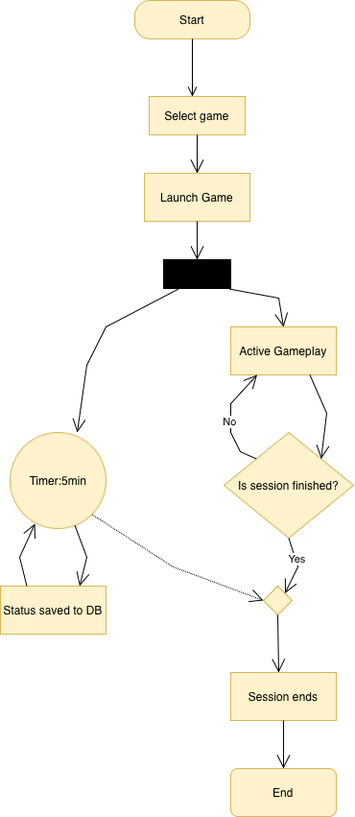
This is Activity diagram.drawio.png from volodiagamivka/software-documentation-design-patterns, a draw.io export, as it was before one commit. Source tidied: cells renumbered, new cells last; positions are measured from the earlier drawing's top-left corner, leaving out a move shared by most shapes.
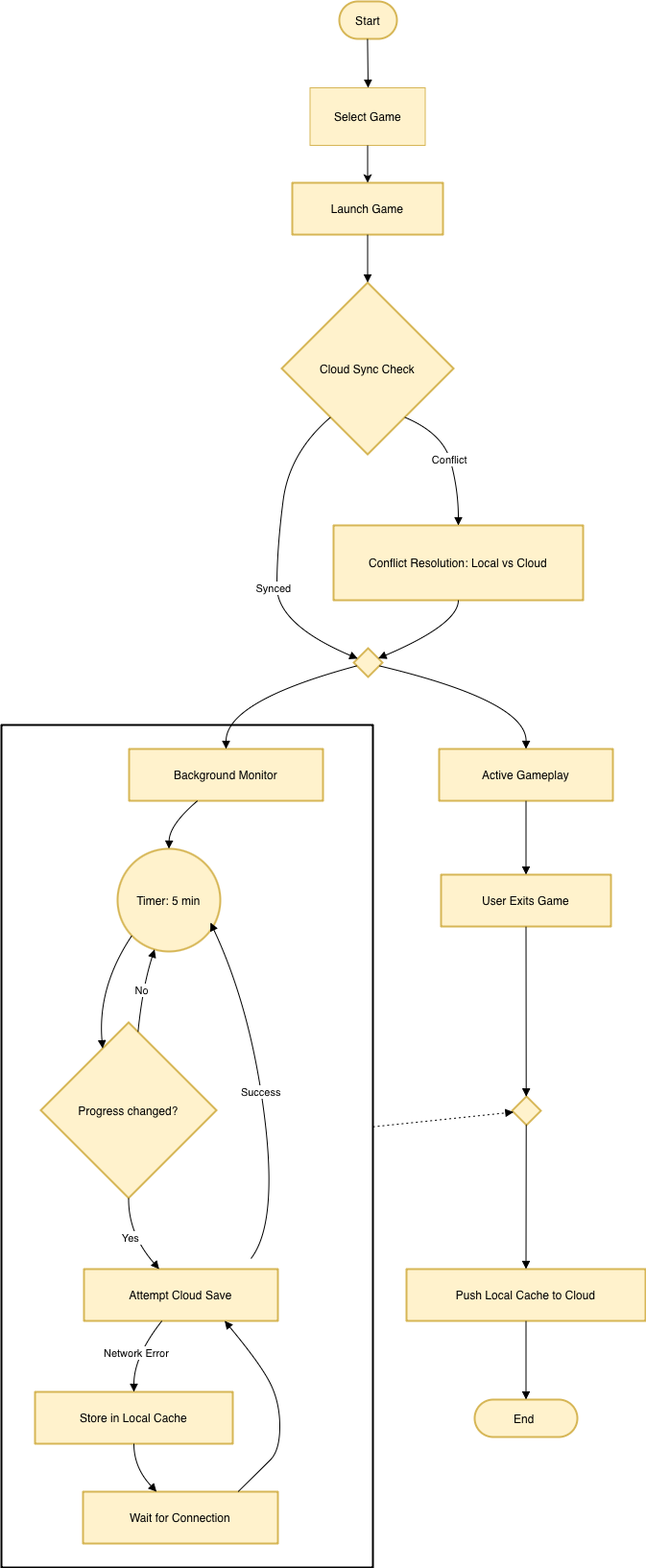
After the change.

Commit message:
changed activity diagram

What changed in the source:
```diff
@@ -2,124 +2,185 @@
   <root>
     <mxCell id="0" />
     <mxCell id="1" parent="0" />
+    <mxCell id="28" style="whiteSpace=wrap;strokeWidth=2;" parent="1" vertex="1">
+      <mxGeometry y="1524" width="387" height="878" as="geometry" />
+    </mxCell>
-    <mxCell id="2" value="Start" style="rounded=1;whiteSpace=wrap;html=1;arcSize=40;fillColor=#fff2cc;strokeColor=#d6b656;" parent="1" vertex="1">
-      <mxGeometry x="140" width="120" height="40" as="geometry" />
+    <mxCell id="2" value="Start" style="rounded=1;whiteSpace=wrap;arcSize=50;strokeWidth=2;fillColor=#fff2cc;strokeColor=#d6b656;" parent="1" vertex="1">
+      <mxGeometry x="352" y="770" width="60" height="39" as="geometry" />
     </mxCell>
-    <mxCell id="3" style="edgeStyle=orthogonalEdgeStyle;html=1;verticalAlign=bottom;endArrow=open;endSize=8;strokeColor=light-dark(#000000, #ff9090);rounded=0;fontColor=#393C56;fillColor=#F2CC8F;" parent="1" edge="1" source="2">
-      <mxGeometry relative="1" as="geometry">
-        <mxPoint x="200" y="100" as="targetPoint" />
-      </mxGeometry>
-    </mxCell>
-    <mxCell id="4" value="Launch Game" style="html=1;whiteSpace=wrap;strokeColor=#d6b656;fillColor=#fff2cc;" parent="1" vertex="1">
-      <mxGeometry x="150" y="180" width="110" height="50" as="geometry" />
+    <mxCell id="4" value="Launch Game" style="whiteSpace=wrap;strokeWidth=2;fillColor=#fff2cc;strokeColor=#d6b656;" parent="1" vertex="1">
+      <mxGeometry x="303" y="959" width="157" height="54" as="geometry" />
     </mxCell>
-    <mxCell id="5" value="Select game" style="html=1;whiteSpace=wrap;fillColor=#fff2cc;strokeColor=#d6b656;" parent="1" vertex="1">
-      <mxGeometry x="155" y="100" width="100" height="40" as="geometry" />
-    </mxCell>
-    <mxCell id="6" style="endArrow=open;endFill=1;endSize=12;html=1;rounded=0;exitX=0.5;exitY=1;exitDx=0;exitDy=0;entryX=0.5;entryY=0;entryDx=0;entryDy=0;" parent="1" edge="1" source="5" target="4">
-      <mxGeometry relative="1" as="geometry" />
-    </mxCell>
+    <mxCell id="29" value="Cloud Sync Check" style="rhombus;strokeWidth=2;whiteSpace=wrap;fillColor=#fff2cc;strokeColor=#d6b656;" parent="1" vertex="1">
+      <mxGeometry x="292" y="1063" width="179" height="179" as="geometry" />
+    </mxCell>
+    <mxCell id="30" value="Conflict Resolution: Local vs Cloud" style="whiteSpace=wrap;strokeWidth=2;fillColor=#fff2cc;strokeColor=#d6b656;" parent="1" vertex="1">
+      <mxGeometry x="346" y="1316" width="260" height="78" as="geometry" />
+    </mxCell>
+    <mxCell id="31" style="rhombus;strokeWidth=2;whiteSpace=wrap;fillColor=#fff2cc;strokeColor=#d6b656;" parent="1" vertex="1">
+      <mxGeometry x="367" y="1444" width="30" height="30" as="geometry" />
+    </mxCell>
-    <mxCell id="7" value="Active Gameplay" style="html=1;whiteSpace=wrap;fillColor=#fff2cc;strokeColor=#d6b656;" parent="1" vertex="1">
-      <mxGeometry x="240" y="340" width="110" height="50" as="geometry" />
+    <mxCell id="7" value="Active Gameplay" style="whiteSpace=wrap;strokeWidth=2;fillColor=#fff2cc;strokeColor=#d6b656;" parent="1" vertex="1">
+      <mxGeometry x="456" y="1549" width="181" height="54" as="geometry" />
     </mxCell>
-    <mxCell id="8" value="Is session finished?" style="rhombus;fillColor=#fff2cc;strokeColor=#d6b656;" parent="1" vertex="1">
-      <mxGeometry x="233" y="450" width="135" height="110" as="geometry" />
-    </mxCell>
-    <mxCell id="9" value="Session ends" style="html=1;whiteSpace=wrap;fillColor=#fff2cc;strokeColor=#d6b656;" parent="1" vertex="1">
-      <mxGeometry x="240" y="700" width="110" height="50" as="geometry" />
-    </mxCell>
-    <mxCell id="10" value="Status saved to DB" style="html=1;whiteSpace=wrap;fillColor=#fff2cc;strokeColor=#d6b656;" parent="1" vertex="1">
-      <mxGeometry y="610" width="110" height="50" as="geometry" />
-    </mxCell>
+    <mxCell id="32" value="Background Monitor" style="whiteSpace=wrap;strokeWidth=2;fillColor=#fff2cc;strokeColor=#d6b656;" parent="1" vertex="1">
+      <mxGeometry x="133" y="1549" width="202" height="54" as="geometry" />
+    </mxCell>
+    <mxCell id="33" value="Timer: 5 min" style="ellipse;strokeWidth=2;whiteSpace=wrap;fillColor=#fff2cc;strokeColor=#d6b656;" parent="1" vertex="1">
+      <mxGeometry x="121" y="1653" width="107" height="107" as="geometry" />
+    </mxCell>
+    <mxCell id="34" value="Progress changed?" style="rhombus;strokeWidth=2;whiteSpace=wrap;fillColor=#fff2cc;strokeColor=#d6b656;" parent="1" vertex="1">
+      <mxGeometry x="41" y="1834" width="183" height="183" as="geometry" />
+    </mxCell>
+    <mxCell id="35" value="Attempt Cloud Save" style="whiteSpace=wrap;strokeWidth=2;fillColor=#fff2cc;strokeColor=#d6b656;" parent="1" vertex="1">
+      <mxGeometry x="86" y="2091" width="202" height="54" as="geometry" />
+    </mxCell>
+    <mxCell id="36" value="Store in Local Cache" style="whiteSpace=wrap;strokeWidth=2;fillColor=#fff2cc;strokeColor=#d6b656;" parent="1" vertex="1">
+      <mxGeometry x="35" y="2219" width="206" height="54" as="geometry" />
+    </mxCell>
+    <mxCell id="37" value="Wait for Connection" style="whiteSpace=wrap;strokeWidth=2;fillColor=#fff2cc;strokeColor=#d6b656;" parent="1" vertex="1">
+      <mxGeometry x="85" y="2323" width="203" height="54" as="geometry" />
+    </mxCell>
+    <mxCell id="38" value="User Exits Game" style="whiteSpace=wrap;strokeWidth=2;fillColor=#fff2cc;strokeColor=#d6b656;" parent="1" vertex="1">
+      <mxGeometry x="458" y="1680" width="177" height="54" as="geometry" />
+    </mxCell>
+    <mxCell id="39" style="rhombus;strokeWidth=2;whiteSpace=wrap;fillColor=#fff2cc;strokeColor=#d6b656;" parent="1" vertex="1">
+      <mxGeometry x="532" y="1911" width="30" height="30" as="geometry" />
+    </mxCell>
+    <mxCell id="40" value="Push Local Cache to Cloud" style="whiteSpace=wrap;strokeWidth=2;fillColor=#fff2cc;strokeColor=#d6b656;" parent="1" vertex="1">
+      <mxGeometry x="422" y="2091" width="249" height="54" as="geometry" />
+    </mxCell>
-    <mxCell id="11" value="End" style="html=1;whiteSpace=wrap;fillColor=#fff2cc;strokeColor=#d6b656;rounded=1;" parent="1" vertex="1">
-      <mxGeometry x="240" y="800" width="110" height="50" as="geometry" />
+    <mxCell id="11" value="End " style="rounded=1;whiteSpace=wrap;arcSize=50;strokeWidth=2;fillColor=#fff2cc;strokeColor=#d6b656;" parent="1" vertex="1">
+      <mxGeometry x="493" y="2227" width="107" height="39" as="geometry" />
     </mxCell>
-    <mxCell id="12" style="endArrow=open;endFill=1;endSize=12;html=1;rounded=0;exitX=0.5;exitY=1;exitDx=0;exitDy=0;" parent="1" edge="1" source="4">
-      <mxGeometry relative="1" as="geometry">
-        <mxPoint x="205" y="270" as="targetPoint" />
-      </mxGeometry>
-    </mxCell>
-    <mxCell id="13" style="endArrow=open;endFill=1;endSize=12;html=1;rounded=0;exitX=0.978;exitY=1.018;exitDx=0;exitDy=0;exitPerimeter=0;entryX=0.5;entryY=0;entryDx=0;entryDy=0;" parent="1" edge="1" source="27" target="7">
-      <mxGeometry relative="1" as="geometry">
-        <Array as="points">
-          <mxPoint x="290" y="310" />
-        </Array>
-      </mxGeometry>
-    </mxCell>
-    <mxCell id="14" style="endArrow=open;endFill=1;endSize=12;html=1;rounded=0;exitX=0.75;exitY=1;exitDx=0;exitDy=0;entryX=1;entryY=0;entryDx=0;entryDy=0;" parent="1" edge="1" source="7" target="8">
-      <mxGeometry relative="1" as="geometry">
-        <Array as="points">
-          <mxPoint x="340" y="430" />
-        </Array>
-      </mxGeometry>
-    </mxCell>
-    <mxCell id="15" style="endArrow=open;endFill=1;endSize=12;html=1;rounded=0;entryX=0.25;entryY=1;entryDx=0;entryDy=0;exitX=0;exitY=0;exitDx=0;exitDy=0;" parent="1" edge="1" source="8" target="7">
-      <mxGeometry relative="1" as="geometry">
-        <Array as="points">
-          <mxPoint x="250" y="470" />
-          <mxPoint x="240" y="450" />
-          <mxPoint x="240" y="420" />
-        </Array>
-      </mxGeometry>
-    </mxCell>
+    <mxCell id="41" style="curved=1;startArrow=none;endArrow=block;exitX=0.49;exitY=1;rounded=0;" parent="1" edge="1" source="2">
+      <mxGeometry relative="1" as="geometry">
+        <mxPoint x="382" y="860" as="targetPoint" />
+      </mxGeometry>
+    </mxCell>
+    <mxCell id="42" style="curved=1;startArrow=none;endArrow=block;exitX=0.5;exitY=1;entryX=0.5;entryY=0;rounded=0;" parent="1" edge="1" source="4" target="29">
+      <mxGeometry relative="1" as="geometry" />
+    </mxCell>
+    <mxCell id="43" value="Conflict" style="curved=1;startArrow=none;endArrow=block;exitX=0.88;exitY=1;entryX=0.5;entryY=0.01;rounded=0;" parent="1" edge="1" source="29" target="30">
+      <mxGeometry relative="1" as="geometry">
+        <Array as="points">
+          <mxPoint x="460" y="1220" />
+          <mxPoint x="476" y="1279" />
+        </Array>
+      </mxGeometry>
+    </mxCell>
+    <mxCell id="44" value="Synced" style="curved=1;startArrow=none;endArrow=block;exitX=0.12;exitY=1;entryX=-0.02;entryY=0.3;rounded=0;" parent="1" edge="1" source="29" target="31">
+      <mxGeometry x="0.2" y="-3" relative="1" as="geometry">
+        <Array as="points">
+          <mxPoint x="300" y="1240" />
+          <mxPoint x="287" y="1340" />
+          <mxPoint x="287" y="1419" />
+        </Array>
+      </mxGeometry>
+    </mxCell>
+    <mxCell id="45" style="curved=1;startArrow=none;endArrow=block;exitX=0.5;exitY=1.01;entryX=0.98;entryY=0.3;rounded=0;" parent="1" edge="1" source="30" target="31">
+      <mxGeometry relative="1" as="geometry">
+        <Array as="points">
+          <mxPoint x="476" y="1419" />
+        </Array>
+      </mxGeometry>
+    </mxCell>
+    <mxCell id="46" style="curved=1;startArrow=none;endArrow=block;exitX=0.98;exitY=0.64;entryX=0.5;entryY=0.01;rounded=0;" parent="1" edge="1" source="31" target="7">
+      <mxGeometry relative="1" as="geometry">
+        <Array as="points">
+          <mxPoint x="547" y="1499" />
+        </Array>
+      </mxGeometry>
+    </mxCell>
+    <mxCell id="47" style="curved=1;startArrow=none;endArrow=block;exitX=-0.02;exitY=0.65;entryX=0.5;entryY=0.01;rounded=0;" parent="1" edge="1" source="31" target="32">
+      <mxGeometry relative="1" as="geometry">
+        <Array as="points">
+          <mxPoint x="234" y="1499" />
+        </Array>
+      </mxGeometry>
+    </mxCell>
+    <mxCell id="48" style="curved=1;startArrow=none;endArrow=block;exitX=0.35;exitY=1.01;entryX=0.5;entryY=0;rounded=0;" parent="1" edge="1" source="32" target="33">
+      <mxGeometry relative="1" as="geometry">
+        <Array as="points">
+          <mxPoint x="175" y="1628" />
+        </Array>
+      </mxGeometry>
+    </mxCell>
+    <mxCell id="49" style="curved=1;startArrow=none;endArrow=block;exitX=0;exitY=0.98;entryX=0.29;entryY=0;rounded=0;" parent="1" edge="1" source="33" target="34">
+      <mxGeometry relative="1" as="geometry">
+        <Array as="points">
+          <mxPoint x="100" y="1797" />
+        </Array>
+      </mxGeometry>
+    </mxCell>
-    <mxCell id="16" value="No" style="edgeLabel;html=1;align=center;verticalAlign=middle;" parent="15" vertex="1">
-      <mxGeometry x="-0.05" y="2" relative="1" as="geometry" />
+    <mxCell id="16" value="No" style="curved=1;startArrow=none;endArrow=block;exitX=0.56;exitY=0;entryX=0.35;entryY=1;rounded=0;" parent="1" edge="1" source="34" target="33">
+      <mxGeometry relative="1" as="geometry">
+        <Array as="points">
+          <mxPoint x="147" y="1797" />
+        </Array>
+      </mxGeometry>
     </mxCell>
-    <mxCell id="17" style="rhombus;fillColor=#fff2cc;strokeColor=#d6b656;" parent="1" vertex="1">
-      <mxGeometry x="274" y="610" width="30" height="30" as="geometry" />
-    </mxCell>
-    <mxCell id="18" style="endArrow=open;endFill=1;endSize=12;html=1;rounded=0;exitX=0.5;exitY=1;exitDx=0;exitDy=0;entryX=1;entryY=0;entryDx=0;entryDy=0;" parent="1" edge="1" source="8" target="17">
-      <mxGeometry relative="1" as="geometry">
-        <Array as="points">
-          <mxPoint x="310" y="590" />
-        </Array>
-      </mxGeometry>
-    </mxCell>
-    <mxCell id="19" value="Yes" style="edgeLabel;html=1;align=center;verticalAlign=middle;" parent="18" vertex="1">
-      <mxGeometry x="-0.28" y="1" relative="1" as="geometry" />
+    <mxCell id="19" value="Yes" style="curved=1;startArrow=none;endArrow=block;exitX=0.5;exitY=1;entryX=0.39;entryY=0.01;rounded=0;" parent="1" edge="1" source="34" target="35">
+      <mxGeometry relative="1" as="geometry">
+        <Array as="points">
+          <mxPoint x="132" y="2054" />
+        </Array>
+      </mxGeometry>
     </mxCell>
-    <mxCell id="20" style="endArrow=open;endFill=1;endSize=12;html=1;rounded=0;exitX=0.5;exitY=1;exitDx=0;exitDy=0;" parent="1" edge="1" source="17">
-      <mxGeometry relative="1" as="geometry">
-        <mxPoint x="290" y="700" as="targetPoint" />
-      </mxGeometry>
-    </mxCell>
-    <mxCell id="21" style="endArrow=open;endFill=1;endSize=12;html=1;rounded=0;exitX=0.5;exitY=1;exitDx=0;exitDy=0;entryX=0.5;entryY=0;entryDx=0;entryDy=0;" parent="1" edge="1" source="9" target="11">
-      <mxGeometry relative="1" as="geometry" />
-    </mxCell>
-    <mxCell id="22" value="Timer:5min" style="ellipse;html=1;fillColor=#fff2cc;strokeColor=#d6b656;" parent="1" vertex="1">
-      <mxGeometry x="10" y="450" width="100" height="100" as="geometry" />
-    </mxCell>
-    <mxCell id="23" style="endArrow=open;endFill=1;endSize=12;html=1;rounded=0;exitX=0.222;exitY=1.018;exitDx=0;exitDy=0;entryX=0.7;entryY=0;entryDx=0;entryDy=0;entryPerimeter=0;exitPerimeter=0;" parent="1" edge="1" source="27" target="22">
-      <mxGeometry relative="1" as="geometry">
-        <Array as="points">
-          <mxPoint x="110" y="340" />
-          <mxPoint x="90" y="380" />
-        </Array>
-      </mxGeometry>
-    </mxCell>
-    <mxCell id="24" style="endArrow=open;endFill=1;endSize=12;html=1;rounded=0;exitX=0.25;exitY=0;exitDx=0;exitDy=0;entryX=0.26;entryY=0.95;entryDx=0;entryDy=0;entryPerimeter=0;" parent="1" edge="1" source="10" target="22">
-      <mxGeometry relative="1" as="geometry">
-        <Array as="points">
-          <mxPoint x="20" y="580" />
-        </Array>
-      </mxGeometry>
-    </mxCell>
-    <mxCell id="25" style="endArrow=open;endFill=1;endSize=12;html=1;rounded=0;entryX=0.75;entryY=0;entryDx=0;entryDy=0;" parent="1" edge="1" source="22" target="10">
-      <mxGeometry relative="1" as="geometry">
-        <Array as="points">
-          <mxPoint x="90" y="580" />
-        </Array>
-      </mxGeometry>
-    </mxCell>
-    <mxCell id="26" style="endArrow=open;endFill=1;endSize=12;html=1;rounded=0;exitX=1;exitY=1;exitDx=0;exitDy=0;entryX=0;entryY=0.5;entryDx=0;entryDy=0;dashed=1;dashPattern=1 1;" parent="1" edge="1" source="22" target="17">
-      <mxGeometry relative="1" as="geometry">
-        <Array as="points">
-          <mxPoint x="180" y="590" />
-        </Array>
-      </mxGeometry>
-    </mxCell>
-    <mxCell id="27" style="fontStyle=0;labelPosition=right;verticalLabelPosition=middle;align=left;verticalAlign=middle;spacingLeft=2;html=1;points=[[0,0.5],[1,0.5]];fillColor=strokeColor;" parent="1" vertex="1">
-      <mxGeometry x="170" y="270" width="70" height="30" as="geometry" />
-    </mxCell>
+    <mxCell id="50" value="Success" style="curved=1;startArrow=none;endArrow=block;entryX=1;entryY=0.91;rounded=0;" parent="1" edge="1">
+      <mxGeometry relative="1" as="geometry">
+        <mxPoint x="260" y="2080" as="sourcePoint" />
+        <mxPoint x="217.8" y="1730" as="targetPoint" />
+        <Array as="points">
+          <mxPoint x="288" y="2043.5" />
+          <mxPoint x="260" y="1820" />
+        </Array>
+      </mxGeometry>
+    </mxCell>
+    <mxCell id="51" value="Network Error" style="curved=1;startArrow=none;endArrow=block;exitX=0.4;exitY=1.01;entryX=0.5;entryY=0.01;rounded=0;" parent="1" edge="1" source="35" target="36">
+      <mxGeometry relative="1" as="geometry">
+        <Array as="points">
+          <mxPoint x="138" y="2182" />
+        </Array>
+      </mxGeometry>
+    </mxCell>
+    <mxCell id="52" style="curved=1;startArrow=none;endArrow=block;exitX=0.5;exitY=1.01;entryX=0.38;entryY=0.01;rounded=0;" parent="1" edge="1" source="36" target="37">
+      <mxGeometry relative="1" as="geometry">
+        <Array as="points">
+          <mxPoint x="138" y="2298" />
+        </Array>
+      </mxGeometry>
+    </mxCell>
+    <mxCell id="53" style="curved=1;startArrow=none;endArrow=block;exitX=0.79;exitY=0.01;entryX=0.73;entryY=1.01;rounded=0;" parent="1" edge="1" source="37" target="35">
+      <mxGeometry relative="1" as="geometry">
+        <Array as="points">
+          <mxPoint x="270" y="2300" />
+          <mxPoint x="290" y="2280" />
+          <mxPoint x="290" y="2230" />
+          <mxPoint x="270" y="2190" />
+        </Array>
+      </mxGeometry>
+    </mxCell>
+    <mxCell id="54" style="curved=1;startArrow=none;endArrow=block;exitX=0.5;exitY=1.01;entryX=0.5;entryY=0;rounded=0;" parent="1" edge="1" source="7" target="38">
+      <mxGeometry relative="1" as="geometry" />
+    </mxCell>
+    <mxCell id="55" style="curved=1;startArrow=none;endArrow=block;exitX=0.5;exitY=1;entryX=0.49;entryY=0;rounded=0;" parent="1" edge="1" source="38" target="39">
+      <mxGeometry relative="1" as="geometry" />
+    </mxCell>
+    <mxCell id="56" style="curved=1;startArrow=none;endArrow=block;exitX=0.49;exitY=1;entryX=0.5;entryY=0.01;rounded=0;" parent="1" edge="1" source="39" target="40">
+      <mxGeometry relative="1" as="geometry" />
+    </mxCell>
+    <mxCell id="57" style="curved=1;startArrow=none;endArrow=block;exitX=0.5;exitY=1.01;entryX=0.5;entryY=0;rounded=0;" parent="1" edge="1" source="40" target="11">
+      <mxGeometry relative="1" as="geometry" />
+    </mxCell>
+    <mxCell id="58" style="curved=1;dashed=1;dashPattern=2 3;startArrow=none;endArrow=block;rounded=0;" parent="1" edge="1" source="28" target="39">
+      <mxGeometry relative="1" as="geometry" />
+    </mxCell>
+    <mxCell id="59" value="Select Game" style="rounded=0;whiteSpace=wrap;html=1;fillColor=#fff2cc;strokeColor=#d6b656;" parent="1" vertex="1">
+      <mxGeometry x="321.5" y="860" width="120" height="60" as="geometry" />
+    </mxCell>
+    <mxCell id="60" style="endArrow=classic;html=1;rounded=0;exitX=0.5;exitY=1;exitDx=0;exitDy=0;entryX=0.5;entryY=0;entryDx=0;entryDy=0;" parent="1" edge="1" source="59" target="4">
+      <mxGeometry relative="1" as="geometry" />
+    </mxCell>
   </root>
 </mxGraphModel>
```
